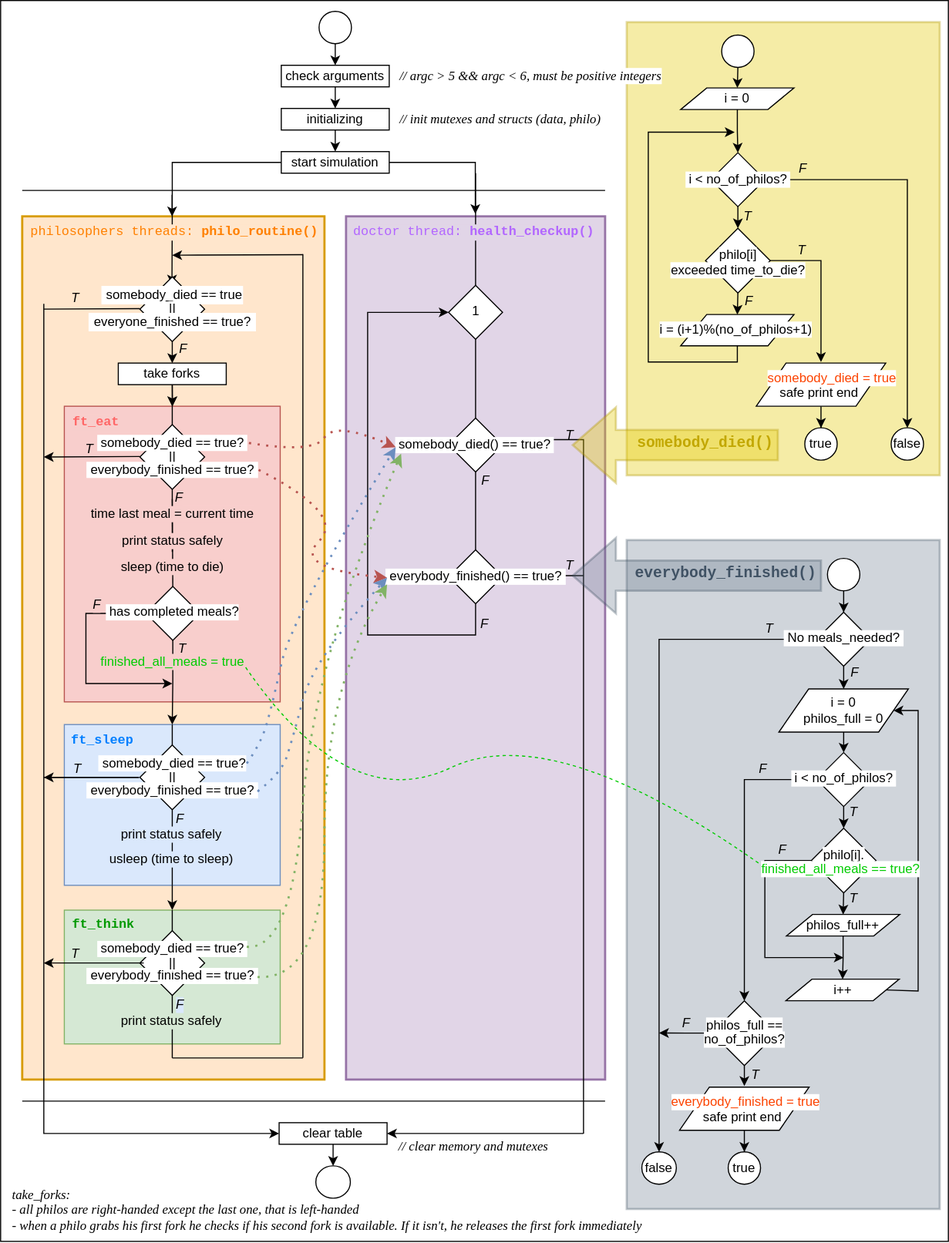
Before: assets/philosophers.svg, a diagram exported from draw.io (ccg-v/philosophers). Source tidied: cells renumbered, new cells last; positions are measured from the earlier drawing's top-left corner, leaving out a move shared by most shapes.
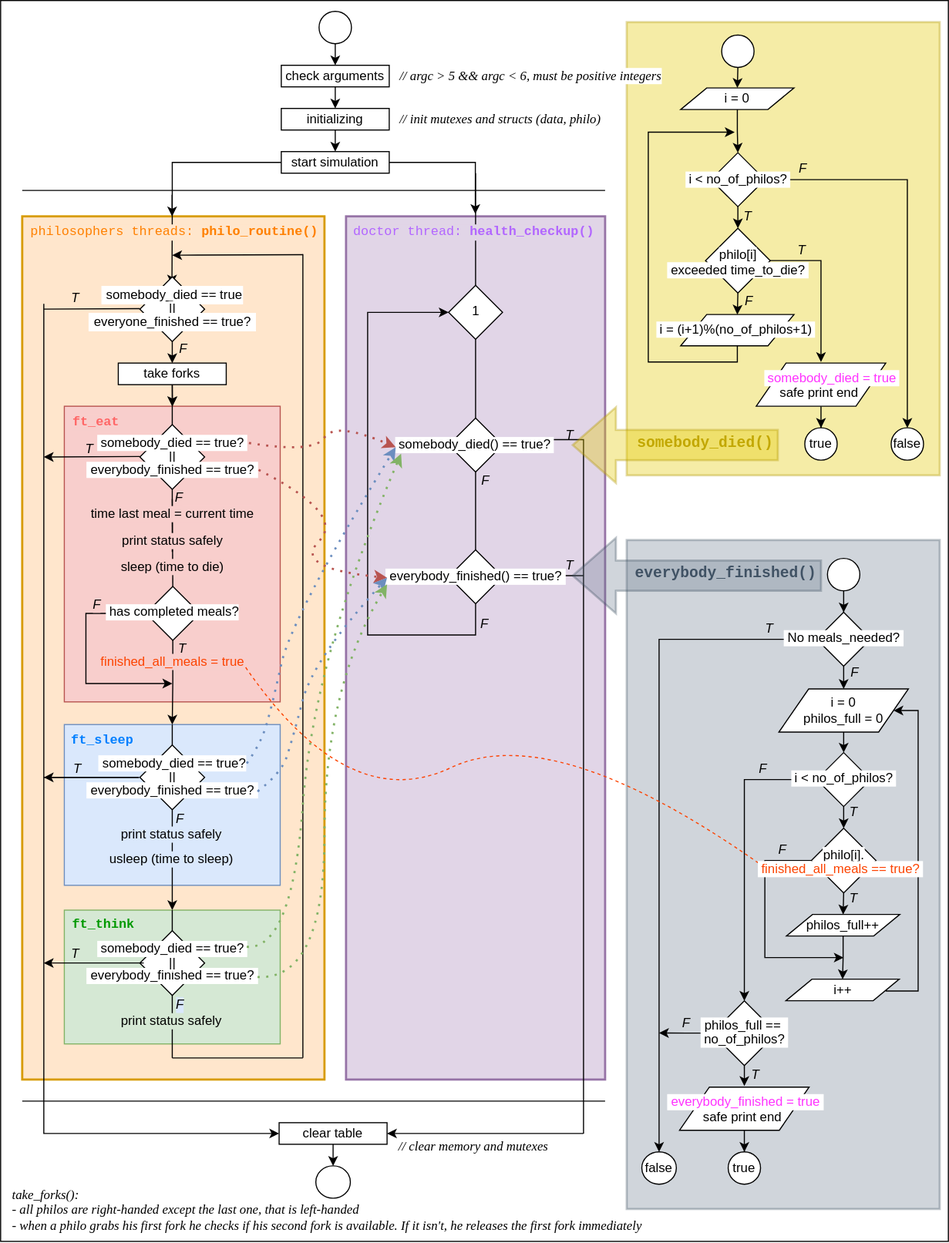
Above is the later version.

Diff of the diagram source:
```diff
@@ -147,7 +147,7 @@
     <mxCell id="39" value="&amp;nbsp;has completed meals? " style="text;html=1;align=center;verticalAlign=middle;points=[];strokeColor=none;fillColor=none;fontStyle=0;labelBorderColor=none;labelBackgroundColor=default;rounded=0;glass=0;shadow=0;perimeterSpacing=0;fontColor=#000000;" parent="1" vertex="1">
       <mxGeometry x="84" y="552" width="150" height="30" as="geometry" />
     </mxCell>
-    <mxCell id="40" value="finished_all_meals = true" style="text;html=1;align=center;verticalAlign=middle;strokeColor=none;fillColor=none;fontStyle=0;labelBorderColor=none;labelBackgroundColor=#F8CECC;fontColor=#00CC00;" parent="1" vertex="1">
+    <mxCell id="40" value="&lt;font color=&quot;#fc4300&quot;&gt;finished_all_meals = true&lt;/font&gt;" style="text;html=1;align=center;verticalAlign=middle;strokeColor=none;fillColor=none;fontStyle=0;labelBorderColor=none;labelBackgroundColor=#F8CECC;fontColor=#D13800;" parent="1" vertex="1">
       <mxGeometry x="79" y="598" width="160" height="30" as="geometry" />
     </mxCell>
     <mxCell id="41" value="&lt;div&gt;&lt;i&gt;F&lt;/i&gt;&lt;/div&gt;" style="text;html=1;align=center;verticalAlign=middle;strokeColor=none;fillColor=none;fontStyle=0;labelBorderColor=none;labelBackgroundColor=#F8CECC;" parent="1" vertex="1">
@@ -448,11 +448,11 @@
     <mxCell id="119" style="rhombus;whiteSpace=wrap;html=1;" parent="1" vertex="1">
       <mxGeometry x="659" y="927" width="60" height="60" as="geometry" />
     </mxCell>
-    <mxCell id="120" value="no_of_philos?" style="text;html=1;align=center;verticalAlign=middle;strokeColor=none;fillColor=none;fontStyle=0;labelBorderColor=none;labelBackgroundColor=default;rounded=0;glass=0;shadow=0;perimeterSpacing=0;" parent="1" vertex="1">
+    <mxCell id="120" value="&amp;nbsp;no_of_philos?&amp;nbsp; " style="text;html=1;align=center;verticalAlign=middle;strokeColor=none;fillColor=none;fontStyle=0;labelBorderColor=none;labelBackgroundColor=default;rounded=0;glass=0;shadow=0;perimeterSpacing=0;" parent="1" vertex="1">
       <mxGeometry x="639" y="948" width="100" height="30" as="geometry" />
     </mxCell>
-    <mxCell id="121" value="philos_full ==" style="text;html=1;align=center;verticalAlign=middle;strokeColor=none;fillColor=none;fontStyle=0;labelBorderColor=none;labelBackgroundColor=default;rounded=0;glass=0;shadow=0;perimeterSpacing=0;" parent="1" vertex="1">
-      <mxGeometry x="644" y="935" width="90" height="30" as="geometry" />
+    <mxCell id="121" value="&amp;nbsp;philos_full == &amp;nbsp; " style="text;html=1;align=center;verticalAlign=middle;strokeColor=none;fillColor=none;fontStyle=0;labelBorderColor=none;labelBackgroundColor=default;rounded=0;glass=0;shadow=0;perimeterSpacing=0;" parent="1" vertex="1">
+      <mxGeometry x="639" y="935" width="100" height="30" as="geometry" />
     </mxCell>
     <mxCell id="122" value="&lt;div&gt;&lt;i&gt;F&lt;/i&gt;&lt;/div&gt;" style="text;html=1;align=center;verticalAlign=middle;strokeColor=none;fillColor=none;fontStyle=0;labelBorderColor=none;labelBackgroundColor=none;fontColor=default;" parent="1" vertex="1">
       <mxGeometry x="620" y="933" width="30" height="30" as="geometry" />
@@ -466,8 +466,8 @@
     <mxCell id="125" style="shape=parallelogram;html=1;strokeWidth=1;perimeter=parallelogramPerimeter;whiteSpace=wrap;rounded=0;arcSize=12;size=0.23;rotation=0;" parent="1" vertex="1">
       <mxGeometry x="629" y="1007" width="120" height="40" as="geometry" />
     </mxCell>
-    <mxCell id="126" value="everybody_finished = true" style="text;html=1;align=center;verticalAlign=middle;strokeColor=none;fillColor=none;fontStyle=0;labelBorderColor=none;labelBackgroundColor=default;rounded=0;glass=0;shadow=0;perimeterSpacing=0;fontColor=#FC4300;" parent="1" vertex="1">
-      <mxGeometry x="610" y="1006" width="160" height="30" as="geometry" />
+    <mxCell id="126" value="&amp;nbsp;everybody_finished = true&amp;nbsp; " style="text;html=1;align=center;verticalAlign=middle;strokeColor=none;fillColor=none;fontStyle=0;labelBorderColor=none;labelBackgroundColor=default;rounded=0;glass=0;shadow=0;perimeterSpacing=0;fontColor=#FF33FF;" parent="1" vertex="1">
+      <mxGeometry x="605" y="1006" width="170" height="30" as="geometry" />
     </mxCell>
     <mxCell id="127" value="safe print end" style="text;html=1;align=center;verticalAlign=middle;strokeColor=none;fillColor=none;fontStyle=0;labelBorderColor=none;labelBackgroundColor=default;rounded=0;glass=0;shadow=0;perimeterSpacing=0;" parent="1" vertex="1">
       <mxGeometry x="637" y="1020" width="100" height="30" as="geometry" />
@@ -518,7 +518,7 @@
     <mxCell id="140" style="rhombus;whiteSpace=wrap;html=1;" parent="1" vertex="1">
       <mxGeometry x="653" y="211" width="60" height="60" as="geometry" />
     </mxCell>
-    <mxCell id="141" value="exceeded time_to_die?" style="text;html=1;align=center;verticalAlign=middle;strokeColor=none;fillColor=none;fontStyle=0;labelBorderColor=none;labelBackgroundColor=default;rounded=0;glass=0;shadow=0;perimeterSpacing=0;" parent="1" vertex="1">
+    <mxCell id="141" value="&amp;nbsp;exceeded time_to_die?&amp;nbsp; " style="text;html=1;align=center;verticalAlign=middle;strokeColor=none;fillColor=none;fontStyle=0;labelBorderColor=none;labelBackgroundColor=default;rounded=0;glass=0;shadow=0;perimeterSpacing=0;" parent="1" vertex="1">
       <mxGeometry x="608" y="235" width="150" height="30" as="geometry" />
     </mxCell>
     <mxCell id="142" value="philo[i]" style="text;html=1;align=center;verticalAlign=middle;strokeColor=none;fillColor=none;fontStyle=0;labelBorderColor=none;labelBackgroundColor=default;rounded=0;glass=0;shadow=0;perimeterSpacing=0;" parent="1" vertex="1">
@@ -540,8 +540,8 @@
     <mxCell id="145" style="shape=parallelogram;html=1;strokeWidth=1;perimeter=parallelogramPerimeter;whiteSpace=wrap;rounded=0;arcSize=12;size=0.23;rotation=0;" parent="1" vertex="1">
       <mxGeometry x="630" y="291" width="105" height="29" as="geometry" />
     </mxCell>
-    <mxCell id="146" value="i = (i+1)%(no_of_philos+1)" style="text;html=1;align=center;verticalAlign=middle;strokeColor=none;fillColor=none;fontStyle=0;labelBorderColor=none;labelBackgroundColor=default;rounded=0;glass=0;shadow=0;perimeterSpacing=0;spacing=-5;" parent="1" vertex="1">
-      <mxGeometry x="606" y="300" width="150" height="10" as="geometry" />
+    <mxCell id="146" value="&amp;nbsp;i = (i+1)%(no_of_philos+1)&amp;nbsp; " style="text;html=1;align=center;verticalAlign=middle;strokeColor=none;fillColor=none;fontStyle=0;labelBorderColor=none;labelBackgroundColor=default;rounded=0;glass=0;shadow=0;perimeterSpacing=0;spacing=-5;" parent="1" vertex="1">
+      <mxGeometry x="601" y="300" width="160" height="10" as="geometry" />
     </mxCell>
     <mxCell id="147" value="&lt;div&gt;&lt;i&gt;F&lt;/i&gt;&lt;/div&gt;" style="text;html=1;align=center;verticalAlign=middle;strokeColor=none;fillColor=none;fontStyle=0;labelBorderColor=none;labelBackgroundColor=none;fontColor=default;" parent="1" vertex="1">
       <mxGeometry x="678" y="264" width="30" height="30" as="geometry" />
@@ -552,8 +552,8 @@
     <mxCell id="149" style="shape=parallelogram;html=1;strokeWidth=1;perimeter=parallelogramPerimeter;whiteSpace=wrap;rounded=0;arcSize=12;size=0.23;rotation=0;" parent="1" vertex="1">
       <mxGeometry x="700" y="336" width="120" height="40" as="geometry" />
     </mxCell>
-    <mxCell id="150" value="somebody_died = true" style="text;html=1;align=center;verticalAlign=middle;points=[];strokeColor=none;fillColor=none;fontStyle=0;labelBorderColor=none;labelBackgroundColor=default;rounded=0;glass=0;shadow=0;perimeterSpacing=0;fontColor=#FC4300;" parent="1" vertex="1">
-      <mxGeometry x="700" y="335" width="140" height="30" as="geometry" />
+    <mxCell id="150" value="&amp;nbsp;somebody_died = true&amp;nbsp; " style="text;html=1;align=center;verticalAlign=middle;points=[];strokeColor=none;fillColor=none;fontStyle=0;labelBorderColor=none;labelBackgroundColor=default;rounded=0;glass=0;shadow=0;perimeterSpacing=0;fontColor=#FF33FF;" parent="1" vertex="1">
+      <mxGeometry x="695" y="335" width="150" height="30" as="geometry" />
     </mxCell>
     <mxCell id="151" value="safe print end" style="text;html=1;align=center;verticalAlign=middle;strokeColor=none;fillColor=none;fontStyle=0;labelBorderColor=none;labelBackgroundColor=default;rounded=0;glass=0;shadow=0;perimeterSpacing=0;" parent="1" vertex="1">
       <mxGeometry x="708" y="349" width="100" height="30" as="geometry" />
@@ -676,10 +676,10 @@
     <mxCell id="175" value="&lt;div&gt;// clear memory and mutexes&lt;/div&gt;" style="text;html=1;align=left;verticalAlign=middle;strokeColor=none;fillColor=none;fontStyle=2;fontSize=12;fontFamily=Times New Roman;" parent="1" vertex="1">
       <mxGeometry x="367" y="1047" width="160" height="30" as="geometry" />
     </mxCell>
-    <mxCell id="176" value="&lt;div&gt;take_forks: &lt;br&gt;&lt;/div&gt;&lt;div&gt;- all philos are right-handed except the last one, that is left-handed&lt;/div&gt;&lt;div&gt;- when a philo grabs his first fork he checks if his second fork is available. If it isn't, he releases the first fork immediately&lt;br&gt;&lt;/div&gt;" style="text;html=1;align=left;verticalAlign=middle;strokeColor=none;fillColor=none;fontStyle=2;fontSize=12;fontFamily=Times New Roman;" parent="1" vertex="1">
+    <mxCell id="176" value="&lt;div&gt;take_forks(): &lt;br&gt;&lt;/div&gt;&lt;div&gt;- all philos are right-handed except the last one, that is left-handed&lt;/div&gt;&lt;div&gt;- when a philo grabs his first fork he checks if his second fork is available. If it isn't, he releases the first fork immediately&lt;br&gt;&lt;/div&gt;" style="text;html=1;align=left;verticalAlign=middle;strokeColor=none;fillColor=none;fontStyle=2;fontSize=12;fontFamily=Times New Roman;" parent="1" vertex="1">
       <mxGeometry x="8.5" y="1091" width="610" height="60" as="geometry" />
     </mxCell>
-    <mxCell id="177" style="curved=1;endArrow=none;html=1;rounded=0;entryX=0.075;entryY=0.667;entryDx=0;entryDy=0;entryPerimeter=0;exitX=0.992;exitY=0.574;exitDx=0;exitDy=0;exitPerimeter=0;dashed=1;strokeColor=#00CC00;" parent="1" edge="1">
+    <mxCell id="177" style="curved=1;endArrow=none;html=1;rounded=0;entryX=0.075;entryY=0.667;entryDx=0;entryDy=0;entryPerimeter=0;exitX=0.992;exitY=0.574;exitDx=0;exitDy=0;exitPerimeter=0;dashed=1;strokeColor=#FC4300;" parent="1" edge="1">
       <mxGeometry relative="1" as="geometry">
         <mxPoint x="227" y="618" as="sourcePoint" />
         <mxPoint x="703" y="800" as="targetPoint" />
@@ -689,8 +689,8 @@
         </Array>
       </mxGeometry>
     </mxCell>
-    <mxCell id="178" value="&lt;div&gt;finished_all_meals == true?&lt;br&gt;&lt;/div&gt;" style="text;html=1;align=center;verticalAlign=middle;strokeColor=none;fillColor=none;fontStyle=0;labelBorderColor=none;labelBackgroundColor=default;rounded=0;glass=0;shadow=0;perimeterSpacing=0;fontColor=#00CC00;" parent="1" vertex="1">
-      <mxGeometry x="693" y="790" width="170" height="30" as="geometry" />
+    <mxCell id="178" value="&lt;div&gt;&amp;nbsp;finished_all_meals == true?&amp;nbsp; &lt;br&gt;&lt;/div&gt;" style="text;html=1;align=center;verticalAlign=middle;strokeColor=none;fillColor=none;fontStyle=0;labelBorderColor=none;labelBackgroundColor=default;rounded=0;glass=0;shadow=0;perimeterSpacing=0;fontColor=#FC4300;" parent="1" vertex="1">
+      <mxGeometry x="688" y="790" width="180" height="30" as="geometry" />
     </mxCell>
   </root>
 </mxGraphModel>
```
